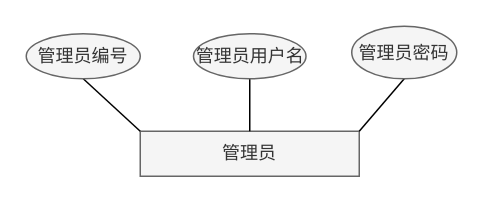
194568/test1 keeps this draw.io diagram as page "管理员" (3 of 12) of 羽毛球er.drawio. Above is the earlier version. Source tidied: cells renumbered, new cells numbered last; positions are measured from the earlier drawing's top-left corner, leaving out a move shared by most shapes. Both pictures are drawn from the tidied source at 150%, with x=0, y=0 at pixel (26, 26).
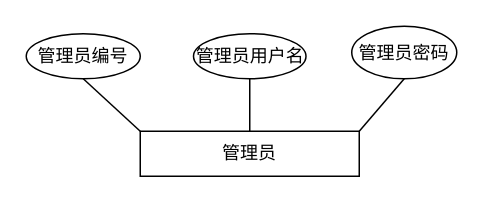
Above is the later version.

Change to the diagram source:
```diff
@@
 <mxGraphModel>
   <root>
     <mxCell id="0" />
     <mxCell id="1" parent="0" />
-    <mxCell id="2" value="管理员" style="rounded=0;whiteSpace=wrap;html=1;fillColor=#f5f5f5;fontColor=#333333;strokeColor=#666666;" parent="1" vertex="1">
+    <mxCell id="2" value="管理员" style="rounded=0;whiteSpace=wrap;html=1;" parent="1" vertex="1">
       <mxGeometry x="76" y="70" width="146" height="30" as="geometry" />
     </mxCell>
     <mxCell id="3" style="rounded=0;jettySize=auto;html=1;exitX=0.5;exitY=1;exitDx=0;exitDy=0;endArrow=none;endFill=0;entryX=0;entryY=0;entryDx=0;entryDy=0;" parent="1" edge="1" source="4" target="2">
       <mxGeometry relative="1" as="geometry" />
     </mxCell>
-    <mxCell id="4" value="管理员编号" style="ellipse;whiteSpace=wrap;html=1;fillColor=#f5f5f5;fontColor=#333333;strokeColor=#666666;" parent="1" vertex="1">
+    <mxCell id="4" value="管理员编号" style="ellipse;whiteSpace=wrap;html=1;" parent="1" vertex="1">
       <mxGeometry y="5" width="76" height="30" as="geometry" />
     </mxCell>
     <mxCell id="5" style="rounded=0;jettySize=auto;html=1;exitX=0.5;exitY=1;exitDx=0;exitDy=0;entryX=0.5;entryY=0;entryDx=0;entryDy=0;endArrow=none;endFill=0;" parent="1" edge="1" source="6" target="2">
       <mxGeometry relative="1" as="geometry" />
     </mxCell>
-    <mxCell id="6" value="管理员用户名" style="ellipse;whiteSpace=wrap;html=1;fillColor=#f5f5f5;fontColor=#333333;strokeColor=#666666;" parent="1" vertex="1">
+    <mxCell id="6" value="管理员用户名" style="ellipse;whiteSpace=wrap;html=1;" parent="1" vertex="1">
       <mxGeometry x="111.5" y="5" width="75" height="30" as="geometry" />
     </mxCell>
     <mxCell id="7" style="rounded=0;jettySize=auto;html=1;exitX=0.5;exitY=1;exitDx=0;exitDy=0;endArrow=none;endFill=0;entryX=1;entryY=0;entryDx=0;entryDy=0;" parent="1" edge="1" source="8" target="2">
       <mxGeometry relative="1" as="geometry" />
     </mxCell>
-    <mxCell id="8" value="管理员密码" style="ellipse;whiteSpace=wrap;html=1;fillColor=#f5f5f5;fontColor=#333333;strokeColor=#666666;" parent="1" vertex="1">
+    <mxCell id="8" value="管理员密码" style="ellipse;whiteSpace=wrap;html=1;" parent="1" vertex="1">
       <mxGeometry x="217" width="70" height="35" as="geometry" />
     </mxCell>
   </root>
 </mxGraphModel>
```
